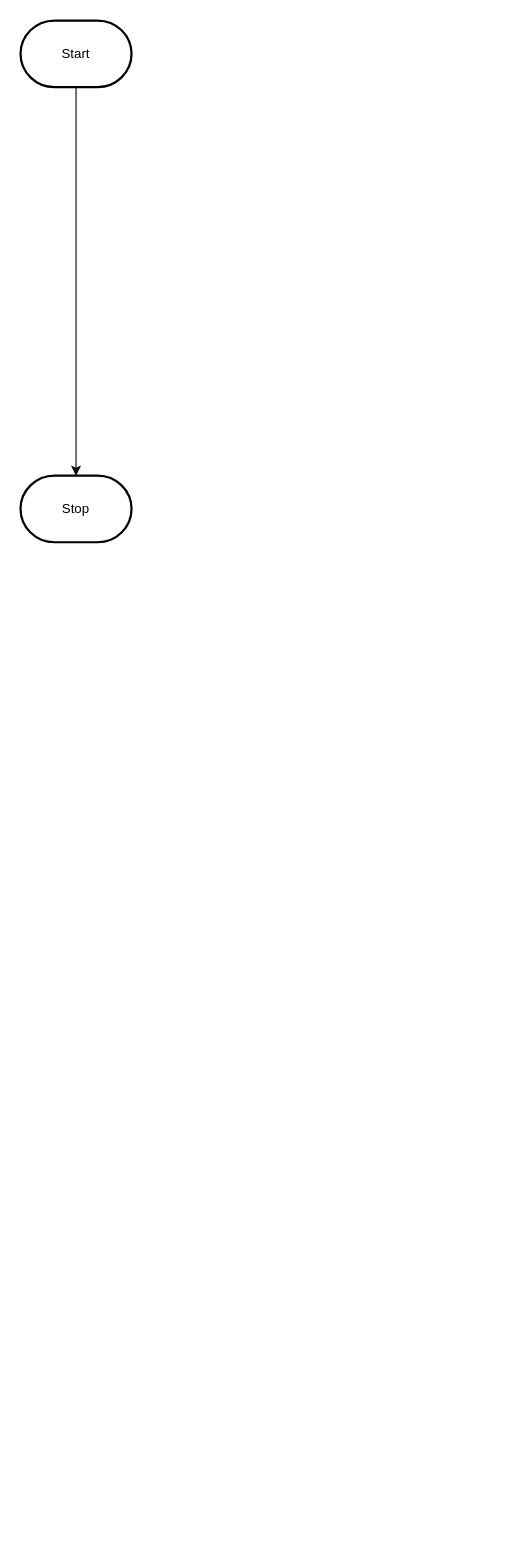
MTHS-ICD2O-1-2023/ICD2O-Assignment-04-clara-tyman keeps this draw.io diagram as design/flowchart.drawio. Above is the earlier version. Source tidied: cells renumbered, new cells numbered last; positions are measured from the earlier drawing's top-left corner, leaving out a move shared by most shapes. Both pictures are drawn from the tidied source at 111%, with x=0, y=0 at pixel (20, 20).
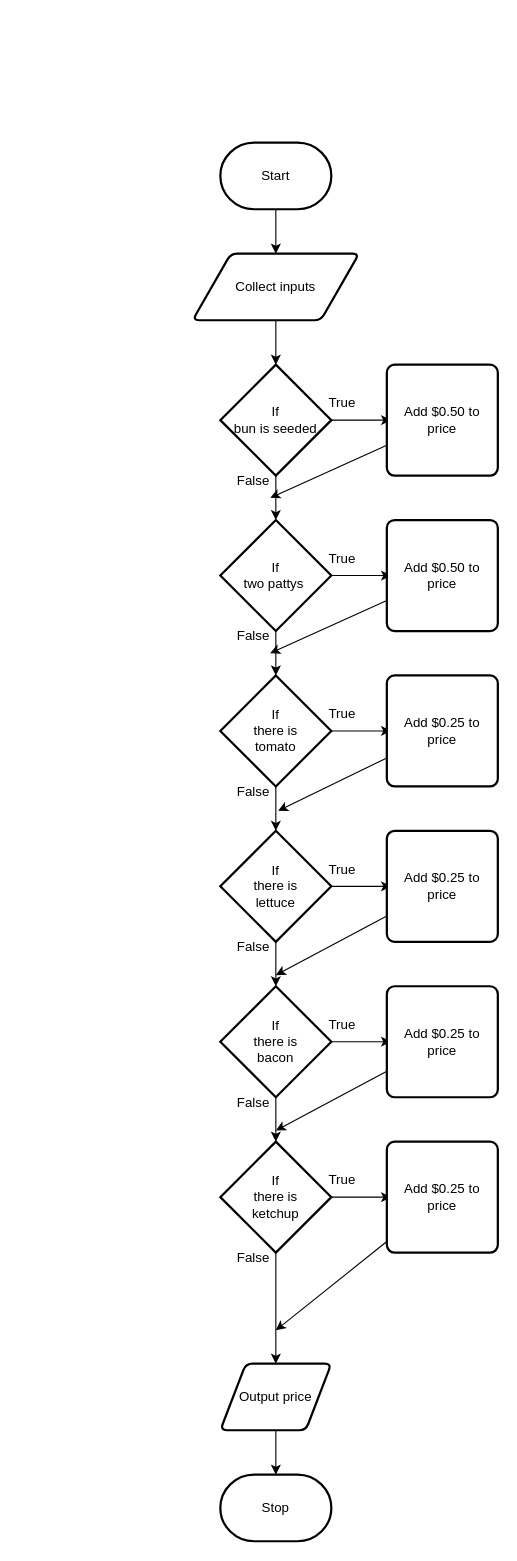
The same page after the edit.

Change to the diagram source:
```diff
@@
-    <mxCell id="2" style="edgeStyle=orthogonalEdgeStyle;html=1;rounded=0;" parent="1" edge="1" source="3" target="4">
-      <mxGeometry relative="1" as="geometry" />
-    </mxCell>
+    <mxCell id="5" style="edgeStyle=none;html=1;" parent="1" edge="1" source="3" target="7">
+      <mxGeometry relative="1" as="geometry" />
+    </mxCell>
     <mxCell id="3" value="Start" style="strokeWidth=2;html=1;shape=mxgraph.flowchart.terminator;whiteSpace=wrap;" parent="1" vertex="1">
-      <mxGeometry width="100" height="60" as="geometry" />
+      <mxGeometry x="180" y="110" width="100" height="60" as="geometry" />
     </mxCell>
     <mxCell id="4" value="Stop" style="strokeWidth=2;html=1;shape=mxgraph.flowchart.terminator;whiteSpace=wrap;" parent="1" vertex="1">
-      <mxGeometry y="410" width="100" height="60" as="geometry" />
+      <mxGeometry x="180" y="1310" width="100" height="60" as="geometry" />
     </mxCell>
+    <mxCell id="6" style="edgeStyle=none;html=1;" parent="1" edge="1" source="7" target="10">
+      <mxGeometry relative="1" as="geometry" />
+    </mxCell>
+    <mxCell id="7" value="Collect inputs" style="shape=parallelogram;html=1;strokeWidth=2;perimeter=parallelogramPerimeter;whiteSpace=wrap;rounded=1;arcSize=12;size=0.23;" parent="1" vertex="1">
+      <mxGeometry x="155" y="210" width="150" height="60" as="geometry" />
+    </mxCell>
+    <mxCell id="8" style="edgeStyle=none;html=1;" parent="1" edge="1" source="10">
+      <mxGeometry relative="1" as="geometry">
+        <mxPoint x="333.8" y="360" as="targetPoint" />
+      </mxGeometry>
+    </mxCell>
+    <mxCell id="9" style="edgeStyle=none;html=1;" parent="1" edge="1" source="10">
+      <mxGeometry relative="1" as="geometry">
+        <mxPoint x="230" y="450" as="targetPoint" />
+      </mxGeometry>
+    </mxCell>
+    <mxCell id="10" value="If&lt;br&gt;bun is seeded" style="strokeWidth=2;html=1;shape=mxgraph.flowchart.decision;whiteSpace=wrap;" parent="1" vertex="1">
+      <mxGeometry x="180" y="310" width="100" height="100" as="geometry" />
+    </mxCell>
+    <mxCell id="11" value="True" style="text;html=1;strokeColor=none;fillColor=none;align=center;verticalAlign=middle;whiteSpace=wrap;rounded=0;" parent="1" vertex="1">
+      <mxGeometry x="260" y="330" width="60" height="30" as="geometry" />
+    </mxCell>
+    <mxCell id="12" value="False" style="text;html=1;strokeColor=none;fillColor=none;align=center;verticalAlign=middle;whiteSpace=wrap;rounded=0;" parent="1" vertex="1">
+      <mxGeometry x="180" y="400" width="60" height="30" as="geometry" />
+    </mxCell>
+    <mxCell id="13" style="edgeStyle=none;html=1;" parent="1" edge="1" source="15">
+      <mxGeometry relative="1" as="geometry">
+        <mxPoint x="333.8" y="500" as="targetPoint" />
+      </mxGeometry>
+    </mxCell>
+    <mxCell id="14" style="edgeStyle=none;html=1;" parent="1" edge="1" source="15">
+      <mxGeometry relative="1" as="geometry">
+        <mxPoint x="230" y="590" as="targetPoint" />
+      </mxGeometry>
+    </mxCell>
+    <mxCell id="15" value="If&lt;br&gt;two pattys&amp;nbsp;" style="strokeWidth=2;html=1;shape=mxgraph.flowchart.decision;whiteSpace=wrap;" parent="1" vertex="1">
+      <mxGeometry x="180" y="450" width="100" height="100" as="geometry" />
+    </mxCell>
+    <mxCell id="16" value="True" style="text;html=1;strokeColor=none;fillColor=none;align=center;verticalAlign=middle;whiteSpace=wrap;rounded=0;" parent="1" vertex="1">
+      <mxGeometry x="260" y="470" width="60" height="30" as="geometry" />
+    </mxCell>
+    <mxCell id="17" value="False" style="text;html=1;strokeColor=none;fillColor=none;align=center;verticalAlign=middle;whiteSpace=wrap;rounded=0;" parent="1" vertex="1">
+      <mxGeometry x="180" y="540" width="60" height="30" as="geometry" />
+    </mxCell>
+    <mxCell id="18" style="edgeStyle=none;html=1;" parent="1" edge="1" source="20">
+      <mxGeometry relative="1" as="geometry">
+        <mxPoint x="333.8" y="640" as="targetPoint" />
+      </mxGeometry>
+    </mxCell>
+    <mxCell id="19" style="edgeStyle=none;html=1;" parent="1" edge="1" source="20">
+      <mxGeometry relative="1" as="geometry">
+        <mxPoint x="230" y="730" as="targetPoint" />
+      </mxGeometry>
+    </mxCell>
+    <mxCell id="20" value="If&lt;br&gt;there is&lt;br&gt;tomato" style="strokeWidth=2;html=1;shape=mxgraph.flowchart.decision;whiteSpace=wrap;" parent="1" vertex="1">
+      <mxGeometry x="180" y="590" width="100" height="100" as="geometry" />
+    </mxCell>
+    <mxCell id="21" value="True" style="text;html=1;strokeColor=none;fillColor=none;align=center;verticalAlign=middle;whiteSpace=wrap;rounded=0;" parent="1" vertex="1">
+      <mxGeometry x="260" y="610" width="60" height="30" as="geometry" />
+    </mxCell>
+    <mxCell id="22" value="False" style="text;html=1;strokeColor=none;fillColor=none;align=center;verticalAlign=middle;whiteSpace=wrap;rounded=0;" parent="1" vertex="1">
+      <mxGeometry x="180" y="680" width="60" height="30" as="geometry" />
+    </mxCell>
+    <mxCell id="23" style="edgeStyle=none;html=1;" parent="1" edge="1" source="25">
+      <mxGeometry relative="1" as="geometry">
+        <mxPoint x="333.8" y="780" as="targetPoint" />
+      </mxGeometry>
+    </mxCell>
+    <mxCell id="24" style="edgeStyle=none;html=1;" parent="1" edge="1" source="25">
+      <mxGeometry relative="1" as="geometry">
+        <mxPoint x="230" y="870" as="targetPoint" />
+      </mxGeometry>
+    </mxCell>
+    <mxCell id="25" value="If&lt;br&gt;there is&lt;br&gt;lettuce" style="strokeWidth=2;html=1;shape=mxgraph.flowchart.decision;whiteSpace=wrap;" parent="1" vertex="1">
+      <mxGeometry x="180" y="730" width="100" height="100" as="geometry" />
+    </mxCell>
+    <mxCell id="26" value="True" style="text;html=1;strokeColor=none;fillColor=none;align=center;verticalAlign=middle;whiteSpace=wrap;rounded=0;" parent="1" vertex="1">
+      <mxGeometry x="260" y="750" width="60" height="30" as="geometry" />
+    </mxCell>
+    <mxCell id="27" value="False" style="text;html=1;strokeColor=none;fillColor=none;align=center;verticalAlign=middle;whiteSpace=wrap;rounded=0;" parent="1" vertex="1">
+      <mxGeometry x="180" y="820" width="60" height="30" as="geometry" />
+    </mxCell>
+    <mxCell id="28" style="edgeStyle=none;html=1;" parent="1" edge="1" source="30">
+      <mxGeometry relative="1" as="geometry">
+        <mxPoint x="333.8" y="920" as="targetPoint" />
+      </mxGeometry>
+    </mxCell>
+    <mxCell id="29" style="edgeStyle=none;html=1;" parent="1" edge="1" source="30">
+      <mxGeometry relative="1" as="geometry">
+        <mxPoint x="230" y="1010" as="targetPoint" />
+      </mxGeometry>
+    </mxCell>
+    <mxCell id="30" value="If&lt;br&gt;there is&lt;br&gt;bacon" style="strokeWidth=2;html=1;shape=mxgraph.flowchart.decision;whiteSpace=wrap;" parent="1" vertex="1">
+      <mxGeometry x="180" y="870" width="100" height="100" as="geometry" />
+    </mxCell>
+    <mxCell id="31" value="True" style="text;html=1;strokeColor=none;fillColor=none;align=center;verticalAlign=middle;whiteSpace=wrap;rounded=0;" parent="1" vertex="1">
+      <mxGeometry x="260" y="890" width="60" height="30" as="geometry" />
+    </mxCell>
+    <mxCell id="32" value="False" style="text;html=1;strokeColor=none;fillColor=none;align=center;verticalAlign=middle;whiteSpace=wrap;rounded=0;" parent="1" vertex="1">
+      <mxGeometry x="180" y="960" width="60" height="30" as="geometry" />
+    </mxCell>
+    <mxCell id="33" style="edgeStyle=none;html=1;" parent="1" edge="1" source="35">
+      <mxGeometry relative="1" as="geometry">
+        <mxPoint x="333.8" y="1060" as="targetPoint" />
+      </mxGeometry>
+    </mxCell>
+    <mxCell id="34" style="edgeStyle=none;html=1;entryX=0.5;entryY=0;entryDx=0;entryDy=0;" parent="1" edge="1" source="35" target="39">
+      <mxGeometry relative="1" as="geometry" />
+    </mxCell>
+    <mxCell id="35" value="If&lt;br&gt;there is&lt;br&gt;ketchup" style="strokeWidth=2;html=1;shape=mxgraph.flowchart.decision;whiteSpace=wrap;" parent="1" vertex="1">
+      <mxGeometry x="180" y="1010" width="100" height="100" as="geometry" />
+    </mxCell>
+    <mxCell id="36" value="True" style="text;html=1;strokeColor=none;fillColor=none;align=center;verticalAlign=middle;whiteSpace=wrap;rounded=0;" parent="1" vertex="1">
+      <mxGeometry x="260" y="1030" width="60" height="30" as="geometry" />
+    </mxCell>
+    <mxCell id="37" value="False" style="text;html=1;strokeColor=none;fillColor=none;align=center;verticalAlign=middle;whiteSpace=wrap;rounded=0;" parent="1" vertex="1">
+      <mxGeometry x="180" y="1100" width="60" height="30" as="geometry" />
+    </mxCell>
+    <mxCell id="38" style="edgeStyle=elbowEdgeStyle;html=1;" parent="1" edge="1" source="39" target="4">
+      <mxGeometry relative="1" as="geometry" />
+    </mxCell>
+    <mxCell id="39" value="Output price" style="shape=parallelogram;html=1;strokeWidth=2;perimeter=parallelogramPerimeter;whiteSpace=wrap;rounded=1;arcSize=12;size=0.23;" parent="1" vertex="1">
+      <mxGeometry x="180" y="1210" width="100" height="60" as="geometry" />
+    </mxCell>
+    <mxCell id="40" style="edgeStyle=none;html=1;entryX=0.75;entryY=1;entryDx=0;entryDy=0;" parent="1" edge="1" source="41" target="12">
+      <mxGeometry relative="1" as="geometry" />
+    </mxCell>
+    <mxCell id="41" value="Add $0.50 to &lt;br&gt;price" style="rounded=1;whiteSpace=wrap;html=1;absoluteArcSize=1;arcSize=14;strokeWidth=2;" parent="1" vertex="1">
+      <mxGeometry x="330" y="310" width="100" height="100" as="geometry" />
+    </mxCell>
+    <mxCell id="42" style="edgeStyle=none;html=1;entryX=0.75;entryY=1;entryDx=0;entryDy=0;" parent="1" edge="1" source="43" target="17">
+      <mxGeometry relative="1" as="geometry" />
+    </mxCell>
+    <mxCell id="43" value="&lt;div&gt;Add $0.50 to&lt;/div&gt;&lt;div&gt;price&lt;/div&gt;" style="rounded=1;whiteSpace=wrap;html=1;absoluteArcSize=1;arcSize=14;strokeWidth=2;" parent="1" vertex="1">
+      <mxGeometry x="330" y="450" width="100" height="100" as="geometry" />
+    </mxCell>
+    <mxCell id="44" style="edgeStyle=none;html=1;entryX=0.867;entryY=1.067;entryDx=0;entryDy=0;entryPerimeter=0;" parent="1" edge="1" source="45" target="22">
+      <mxGeometry relative="1" as="geometry" />
+    </mxCell>
+    <mxCell id="45" value="&lt;div&gt;Add $0.25 to&lt;/div&gt;&lt;div&gt;price&lt;/div&gt;" style="rounded=1;whiteSpace=wrap;html=1;absoluteArcSize=1;arcSize=14;strokeWidth=2;" parent="1" vertex="1">
+      <mxGeometry x="330" y="590" width="100" height="100" as="geometry" />
+    </mxCell>
+    <mxCell id="46" style="edgeStyle=none;html=1;" parent="1" edge="1" source="47">
+      <mxGeometry relative="1" as="geometry">
+        <mxPoint x="230" y="860" as="targetPoint" />
+      </mxGeometry>
+    </mxCell>
+    <mxCell id="47" value="&lt;div&gt;Add $0.25 to&lt;/div&gt;&lt;div&gt;price&lt;/div&gt;" style="rounded=1;whiteSpace=wrap;html=1;absoluteArcSize=1;arcSize=14;strokeWidth=2;" parent="1" vertex="1">
+      <mxGeometry x="330" y="730" width="100" height="100" as="geometry" />
+    </mxCell>
+    <mxCell id="48" style="edgeStyle=none;html=1;" parent="1" edge="1" source="49">
+      <mxGeometry relative="1" as="geometry">
+        <mxPoint x="230" y="1000" as="targetPoint" />
+      </mxGeometry>
+    </mxCell>
+    <mxCell id="49" value="&lt;div&gt;Add $0.25 to&lt;/div&gt;&lt;div&gt;price&lt;/div&gt;" style="rounded=1;whiteSpace=wrap;html=1;absoluteArcSize=1;arcSize=14;strokeWidth=2;" parent="1" vertex="1">
+      <mxGeometry x="330" y="870" width="100" height="100" as="geometry" />
+    </mxCell>
+    <mxCell id="50" style="edgeStyle=none;html=1;" parent="1" edge="1" source="51">
+      <mxGeometry relative="1" as="geometry">
+        <mxPoint x="230" y="1180" as="targetPoint" />
+      </mxGeometry>
+    </mxCell>
+    <mxCell id="51" value="&lt;div&gt;Add $0.25 to&lt;/div&gt;&lt;div&gt;price&lt;/div&gt;" style="rounded=1;whiteSpace=wrap;html=1;absoluteArcSize=1;arcSize=14;strokeWidth=2;" parent="1" vertex="1">
+      <mxGeometry x="330" y="1010" width="100" height="100" as="geometry" />
+    </mxCell>
```
